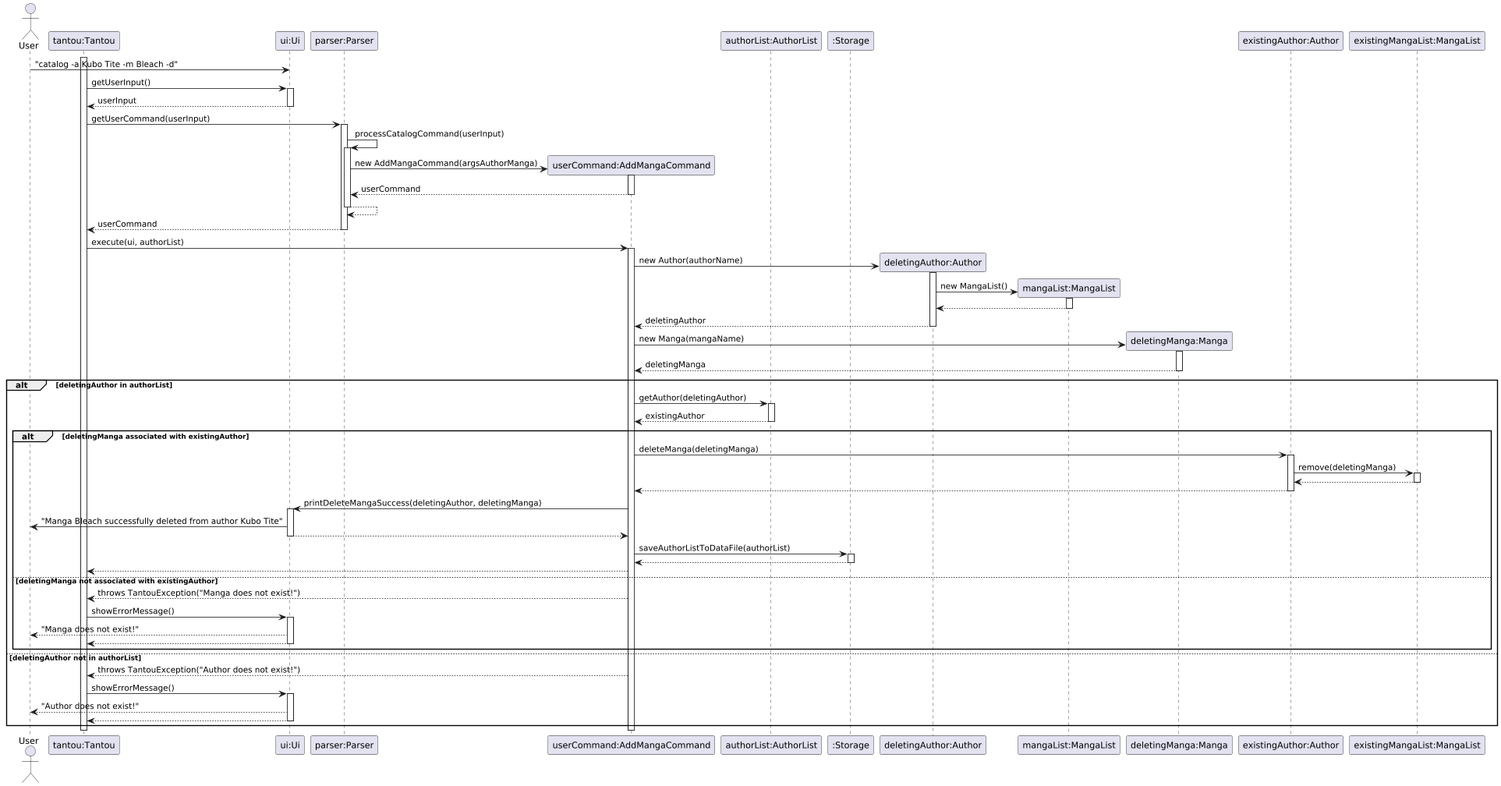
Earlier version of the PlantUML export docs/uml/images/DeleteMangaSequence.png (xenthm/tp). The source it was exported from:
```plantuml
@startuml
actor User
participant "tantou:Tantou" as tantou
participant "ui:Ui" as ui
participant "parser:Parser" as parser
participant "userCommand:AddMangaCommand" as userCommand
participant "authorList:AuthorList" as authorList
participant ":Storage" as storage
participant "deletingAuthor:Author" as deletingAuthor
participant "mangaList:MangaList" as mangaList
participant "deletingManga:Manga" as deletingManga
participant "existingAuthor:Author" as existingAuthor
participant "existingMangaList:MangaList" as existingMangaList

activate tantou
User -> ui: "catalog -a Kubo Tite -m Bleach -d"

tantou -> ui: getUserInput()
activate ui
ui --> tantou: userInput
deactivate ui

tantou -> parser: getUserCommand(userInput)
activate parser

parser -> parser: processCatalogCommand(userInput)

activate parser

create userCommand
parser -> userCommand : new AddMangaCommand(argsAuthorManga)
activate userCommand
userCommand --> parser: userCommand
deactivate userCommand

parser --> parser
deactivate parser
parser --> tantou: userCommand
deactivate parser

tantou -> userCommand: execute(ui, authorList)
activate userCommand

create deletingAuthor
userCommand -> deletingAuthor: new Author(authorName)
activate deletingAuthor
create mangaList
deletingAuthor -> mangaList: new MangaList()
activate mangaList
mangaList --> deletingAuthor
deactivate mangaList
deletingAuthor --> userCommand: deletingAuthor
deactivate deletingAuthor

create deletingManga
userCommand -> deletingManga: new Manga(mangaName)
activate deletingManga
deletingManga --> userCommand: deletingManga
deactivate deletingManga

alt deletingAuthor in authorList

    userCommand -> authorList: getAuthor(deletingAuthor)
    activate authorList
    authorList --> userCommand: existingAuthor
    deactivate authorList

    alt deletingManga associated with existingAuthor
        userCommand -> existingAuthor: deleteManga(deletingManga)
        activate existingAuthor
        existingAuthor -> existingMangaList: remove(deletingManga)
        activate existingMangaList
        existingMangaList --> existingAuthor
        deactivate existingMangaList
        existingAuthor --> userCommand
        deactivate existingAuthor

        userCommand -> ui: printDeleteMangaSuccess(deletingAuthor, deletingManga)
        activate ui
        ui -> User: "Manga Bleach successfully deleted from author Kubo Tite"
        ui --> userCommand
        deactivate ui

        userCommand -> storage: saveAuthorListToDataFile(authorList)
        activate storage
        storage --> userCommand
        deactivate storage
        userCommand --> tantou

    else deletingManga not associated with existingAuthor
        userCommand --> tantou: throws TantouException("Manga does not exist!")
        tantou -> ui: showErrorMessage()
        activate ui
        ui --> User: "Manga does not exist!"
        ui --> tantou
        deactivate ui
    end

else deletingAuthor not in authorList
    userCommand --> tantou: throws TantouException("Author does not exist!")
    tantou -> ui: showErrorMessage()
    activate ui
    ui --> User: "Author does not exist!"
    ui --> tantou
    deactivate ui
end
deactivate userCommand
deactivate tantou
@enduml
```
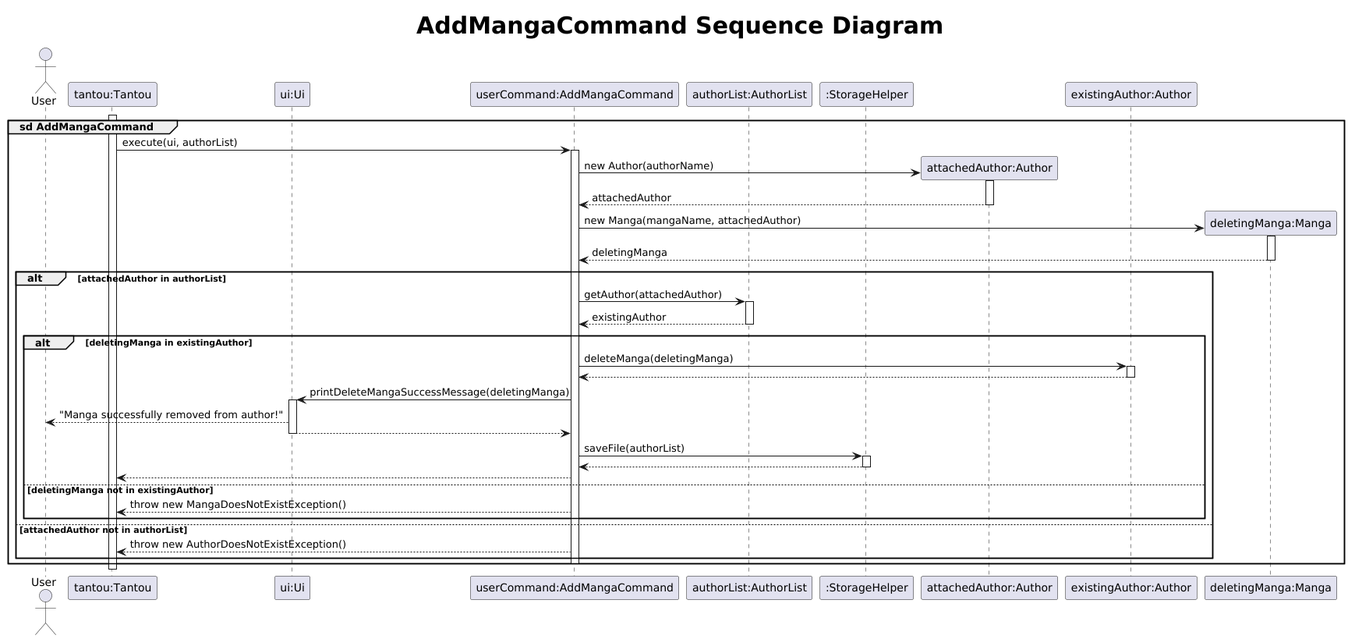
Later version of the same file.

Diff of the diagram source:
```diff
@@ -1,109 +1,65 @@
 @startuml
+autoactivate off
+title <size:30> AddMangaCommand Sequence Diagram
+
 actor User
 participant "tantou:Tantou" as tantou
 participant "ui:Ui" as ui
-participant "parser:Parser" as parser
 participant "userCommand:AddMangaCommand" as userCommand
 participant "authorList:AuthorList" as authorList
-participant ":Storage" as storage
-participant "deletingAuthor:Author" as deletingAuthor
-participant "mangaList:MangaList" as mangaList
-participant "deletingManga:Manga" as deletingManga
+participant ":StorageHelper" as storage
+participant "attachedAuthor:Author" as author
 participant "existingAuthor:Author" as existingAuthor
-participant "existingMangaList:MangaList" as existingMangaList
+participant "deletingManga:Manga" as manga
 
 activate tantou
-User -> ui: "catalog -a Kubo Tite -m Bleach -d"
+group sd AddMangaCommand
 
-tantou -> ui: getUserInput()
-activate ui
-ui --> tantou: userInput
-deactivate ui
+    tantou -> userCommand : execute(ui, authorList)
+    activate userCommand
 
-tantou -> parser: getUserCommand(userInput)
-activate parser
+    create author
+    userCommand -> author : new Author(authorName)
+    activate author
+    author --> userCommand : attachedAuthor
+    deactivate author
 
-parser -> parser: processCatalogCommand(userInput)
+    create manga
+    userCommand -> manga : new Manga(mangaName, attachedAuthor)
+    activate manga
+    manga --> userCommand : deletingManga
+    deactivate manga
 
-activate parser
+    alt attachedAuthor in authorList
+        userCommand -> authorList : getAuthor(attachedAuthor)
+        activate authorList
+        authorList --> userCommand : existingAuthor
+        deactivate authorList
+        alt deletingManga in existingAuthor
+            userCommand -> existingAuthor : deleteManga(deletingManga)
+            activate existingAuthor
+            existingAuthor --> userCommand
+            deactivate existingAuthor
 
-create userCommand
-parser -> userCommand : new AddMangaCommand(argsAuthorManga)
-activate userCommand
-userCommand --> parser: userCommand
-deactivate userCommand
+            userCommand -> ui : printDeleteMangaSuccessMessage(deletingManga)
+            activate ui
+            ui --> User : "Manga successfully removed from author!"
+            ui --> userCommand
+            deactivate ui
 
-parser --> parser
-deactivate parser
-parser --> tantou: userCommand
-deactivate parser
-
-tantou -> userCommand: execute(ui, authorList)
-activate userCommand
-
-create deletingAuthor
-userCommand -> deletingAuthor: new Author(authorName)
-activate deletingAuthor
-create mangaList
-deletingAuthor -> mangaList: new MangaList()
-activate mangaList
-mangaList --> deletingAuthor
-deactivate mangaList
-deletingAuthor --> userCommand: deletingAuthor
-deactivate deletingAuthor
-
-create deletingManga
-userCommand -> deletingManga: new Manga(mangaName)
-activate deletingManga
-deletingManga --> userCommand: deletingManga
-deactivate deletingManga
-
-alt deletingAuthor in authorList
-
-    userCommand -> authorList: getAuthor(deletingAuthor)
-    activate authorList
-    authorList --> userCommand: existingAuthor
-    deactivate authorList
-
-    alt deletingManga associated with existingAuthor
-        userCommand -> existingAuthor: deleteManga(deletingManga)
-        activate existingAuthor
-        existingAuthor -> existingMangaList: remove(deletingManga)
-        activate existingMangaList
-        existingMangaList --> existingAuthor
-        deactivate existingMangaList
-        existingAuthor --> userCommand
-        deactivate existingAuthor
-
-        userCommand -> ui: printDeleteMangaSuccess(deletingAuthor, deletingManga)
-        activate ui
-        ui -> User: "Manga Bleach successfully deleted from author Kubo Tite"
-        ui --> userCommand
-        deactivate ui
-
-        userCommand -> storage: saveAuthorListToDataFile(authorList)
-        activate storage
-        storage --> userCommand
-        deactivate storage
-        userCommand --> tantou
-
-    else deletingManga not associated with existingAuthor
-        userCommand --> tantou: throws TantouException("Manga does not exist!")
-        tantou -> ui: showErrorMessage()
-        activate ui
-        ui --> User: "Manga does not exist!"
-        ui --> tantou
-        deactivate ui
+            userCommand -> storage : saveFile(authorList)
+            activate storage
+            storage --> userCommand
+            deactivate storage
+            userCommand --> tantou
+        else deletingManga not in existingAuthor
+            userCommand --> tantou : throw new MangaDoesNotExistException()
+        end
+    else attachedAuthor not in authorList
+        userCommand --> tantou : throw new AuthorDoesNotExistException()
     end
-
-else deletingAuthor not in authorList
-    userCommand --> tantou: throws TantouException("Author does not exist!")
-    tantou -> ui: showErrorMessage()
-    activate ui
-    ui --> User: "Author does not exist!"
-    ui --> tantou
-    deactivate ui
+    deactivate userCommand
 end
-deactivate userCommand
 deactivate tantou
+autoactivate on
 @enduml
```
